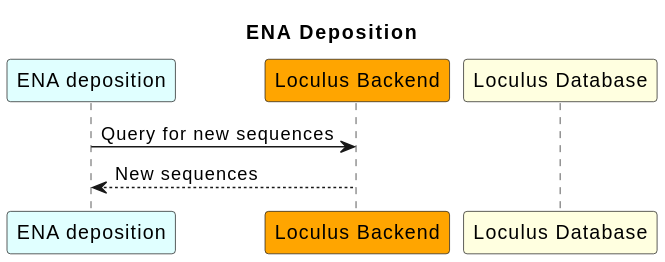
Earlier version of the PlantUML export architecture_docs/plantuml/06_ena_deposition.svg (loculus-project/loculus).
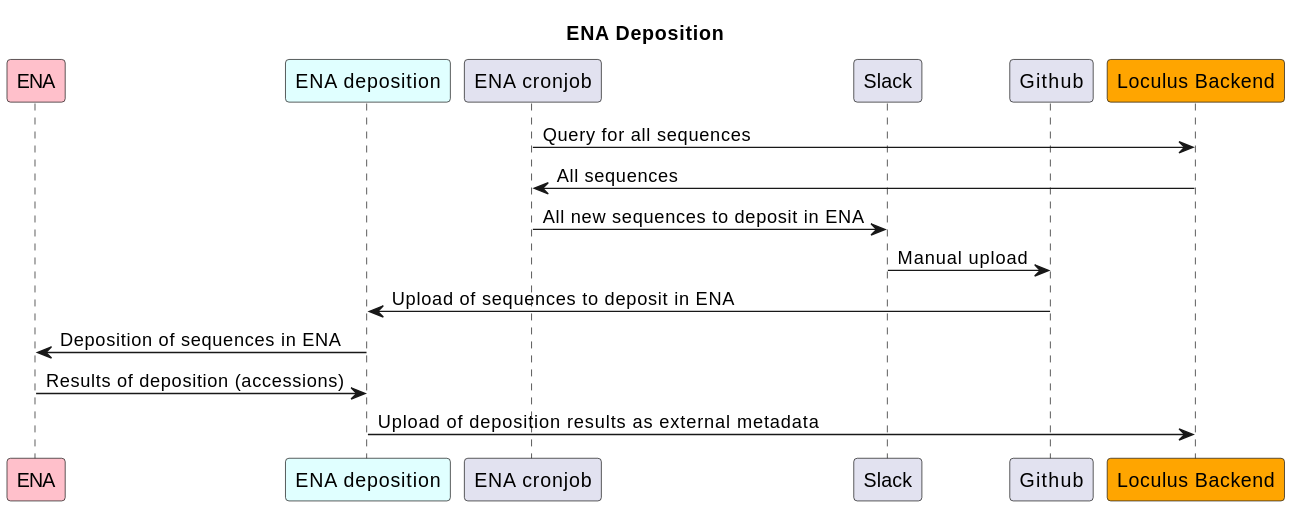
Above is the later version.

Commit message:
Add graph of ena deposition

Diff of the diagram source:
```diff
@@ -1,11 +1,19 @@
 @startuml
 title ENA Deposition
 
+participant "ENA" as ena #Pink
 participant "ENA deposition" as deposition #LightCyan
+participant "ENA cronjob" as enacronjob
+participant "Slack" as slack
+participant "Github" as github
 participant "Loculus Backend" as backend #Orange
-participant "Loculus Database" as db #LightYellow
 
-deposition -> backend: Query for new sequences
-backend --> deposition: New sequences
-
+enacronjob -> backend: Query for all sequences
+backend -> enacronjob: All sequences
+enacronjob -> slack: All new sequences to deposit in ENA
+slack -> github: Manual upload
+github -> deposition: Upload of sequences to deposit in ENA
+deposition -> ena: Deposition of sequences in ENA
+ena -> deposition: Results of deposition (accessions)
+deposition -> backend: Upload of deposition results as external metadata
 @enduml
```
